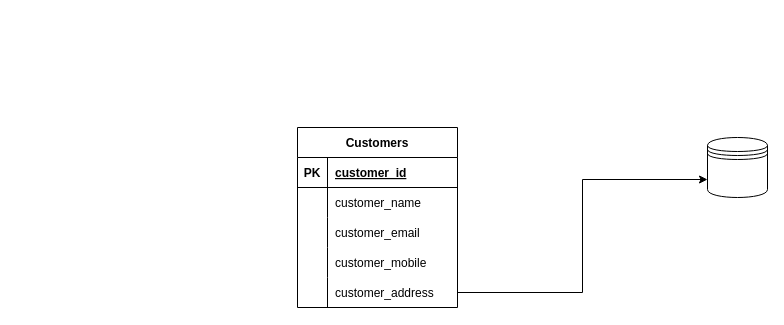
Before: Databases/Customer.drawio in rushi11117/upi, a draw.io diagram. Source tidied: cells renumbered, new cells numbered last; positions are measured from the earlier drawing's top-left corner, leaving out a move shared by most shapes. Both pictures are drawn from the tidied source at 100%, with x=0, y=0 at pixel (297, 127).
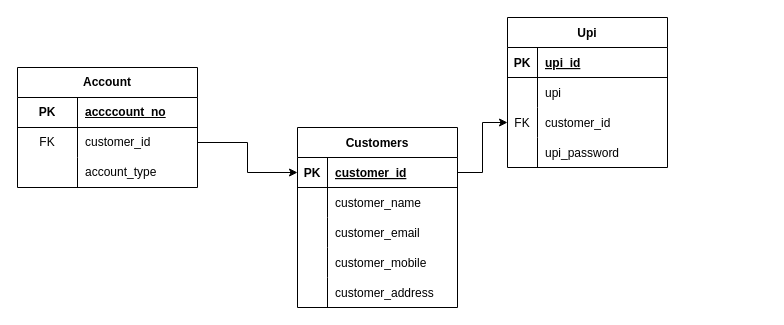
The same diagram, later.

Unchanged cells that the change refers to:
```xml
<mxCell id="3" style="shape=partialRectangle;fillColor=none;points=[[0,0.5],[1,0.5]];portConstraint=eastwest;top=0;left=0;right=0;bottom=1;" parent="2" vertex="1">
  <mxGeometry y="30" width="160" height="30" as="geometry" />
</mxCell>
<mxCell id="15" style="shape=partialRectangle;fillColor=none;points=[[0,0.5],[1,0.5]];portConstraint=eastwest;top=0;left=0;right=0;bottom=0;" parent="2" vertex="1">
  <mxGeometry y="150" width="160" height="30" as="geometry" />
</mxCell>
```

The edit, as a diff of the source:
```diff
@@
-    <mxCell id="18" style="shape=datastore;whiteSpace=wrap;html=1;" parent="1" vertex="1">
-      <mxGeometry x="410" y="10" width="60" height="60" as="geometry" />
-    </mxCell>
-    <mxCell id="19" style="edgeStyle=orthogonalEdgeStyle;rounded=0;jettySize=auto;html=1;exitX=1;exitY=0.5;exitDx=0;exitDy=0;entryX=0;entryY=0.7;entryDx=0;entryDy=0;" parent="1" edge="1" source="15" target="18">
-      <mxGeometry relative="1" as="geometry" />
-    </mxCell>
+    <mxCell id="20" style="edgeStyle=orthogonalEdgeStyle;rounded=0;jettySize=auto;html=1;exitX=1;exitY=0.5;exitDx=0;exitDy=0;entryX=0;entryY=0.5;entryDx=0;entryDy=0;" parent="1" edge="1" source="3" target="38">
+      <mxGeometry relative="1" as="geometry" />
+    </mxCell>
+    <mxCell id="21" value="Account" style="shape=table;startSize=30;childLayout=tableLayout;rowLines=0;fontStyle=1;align=center;html=1;whiteSpace=wrap;" parent="1" vertex="1">
+      <mxGeometry x="-280" y="-60" width="180" height="120" as="geometry" />
+    </mxCell>
+    <mxCell id="22" style="shape=tableRow;horizontal=0;startSize=0;swimlaneHead=0;swimlaneBody=0;fillColor=none;top=0;left=0;right=0;bottom=1;html=1;" parent="21" vertex="1">
+      <mxGeometry y="30" width="180" height="30" as="geometry" />
+    </mxCell>
+    <mxCell id="23" value="PK" style="shape=partialRectangle;fillColor=none;top=0;left=0;bottom=0;right=0;fontStyle=1;overflow=hidden;html=1;whiteSpace=wrap;" parent="22" vertex="1">
+      <mxGeometry width="60" height="30" as="geometry" />
+    </mxCell>
+    <mxCell id="24" value="accccount_no" style="shape=partialRectangle;fillColor=none;top=0;left=0;bottom=0;right=0;align=left;spacingLeft=6;fontStyle=5;overflow=hidden;html=1;whiteSpace=wrap;" parent="22" vertex="1">
+      <mxGeometry x="60" width="120" height="30" as="geometry" />
+    </mxCell>
+    <mxCell id="25" style="shape=tableRow;horizontal=0;startSize=0;swimlaneHead=0;swimlaneBody=0;fillColor=none;points=[[0,0.5],[1,0.5]];portConstraint=eastwest;top=0;left=0;right=0;bottom=0;html=1;" parent="21" vertex="1">
+      <mxGeometry y="60" width="180" height="30" as="geometry" />
+    </mxCell>
+    <mxCell id="26" value="FK" style="shape=partialRectangle;fillColor=none;top=0;left=0;bottom=0;right=0;overflow=hidden;html=1;whiteSpace=wrap;strokeColor=default;" parent="25" vertex="1">
+      <mxGeometry width="60" height="30" as="geometry" />
+    </mxCell>
+    <mxCell id="27" value="customer_id" style="shape=partialRectangle;fillColor=none;top=0;left=0;bottom=0;right=0;align=left;spacingLeft=6;overflow=hidden;html=1;whiteSpace=wrap;strokeWidth=6;" parent="25" vertex="1">
+      <mxGeometry x="60" width="120" height="30" as="geometry" />
+    </mxCell>
+    <mxCell id="28" style="shape=tableRow;horizontal=0;startSize=0;swimlaneHead=0;swimlaneBody=0;fillColor=none;top=0;left=0;right=0;bottom=0;html=1;" parent="21" vertex="1">
+      <mxGeometry y="90" width="180" height="30" as="geometry" />
+    </mxCell>
+    <mxCell id="29" style="shape=partialRectangle;fillColor=none;top=0;left=0;bottom=0;right=0;overflow=hidden;html=1;whiteSpace=wrap;" parent="28" vertex="1">
+      <mxGeometry width="60" height="30" as="geometry" />
+    </mxCell>
+    <mxCell id="30" value="account_type" style="shape=partialRectangle;fillColor=none;top=0;left=0;bottom=0;right=0;align=left;spacingLeft=6;overflow=hidden;html=1;whiteSpace=wrap;" parent="28" vertex="1">
+      <mxGeometry x="60" width="120" height="30" as="geometry" />
+    </mxCell>
+    <mxCell id="31" value="Upi" style="shape=table;startSize=30;childLayout=tableLayout;rowLines=0;fontStyle=1;align=center;" parent="1" vertex="1">
+      <mxGeometry x="210" y="-110" width="160" height="150" as="geometry" />
+    </mxCell>
+    <mxCell id="32" style="shape=partialRectangle;fillColor=none;top=0;left=0;right=0;bottom=1;" parent="31" vertex="1">
+      <mxGeometry y="30" width="160" height="30" as="geometry" />
+    </mxCell>
+    <mxCell id="33" value="PK" style="shape=partialRectangle;overflow=hidden;fillColor=none;top=0;left=0;bottom=0;right=0;fontStyle=1;" parent="32" vertex="1">
+      <mxGeometry width="30" height="30" as="geometry" />
+    </mxCell>
+    <mxCell id="34" value="upi_id" style="shape=partialRectangle;overflow=hidden;fillColor=none;top=0;left=0;bottom=0;right=0;align=left;spacingLeft=6;fontStyle=5;" parent="32" vertex="1">
+      <mxGeometry x="30" width="130" height="30" as="geometry" />
+    </mxCell>
+    <mxCell id="35" style="shape=partialRectangle;fillColor=none;top=0;left=0;right=0;bottom=0;" parent="31" vertex="1">
+      <mxGeometry y="60" width="160" height="30" as="geometry" />
+    </mxCell>
+    <mxCell id="36" style="shape=partialRectangle;overflow=hidden;fillColor=none;top=0;left=0;bottom=0;right=0;" parent="35" vertex="1">
+      <mxGeometry width="30" height="30" as="geometry" />
+    </mxCell>
+    <mxCell id="37" value="upi" style="shape=partialRectangle;overflow=hidden;fillColor=none;top=0;left=0;bottom=0;right=0;align=left;spacingLeft=6;" parent="35" vertex="1">
+      <mxGeometry x="30" width="130" height="30" as="geometry" />
+    </mxCell>
+    <mxCell id="38" style="shape=partialRectangle;fillColor=none;points=[[0,0.5],[1,0.5]];portConstraint=eastwest;top=0;left=0;right=0;bottom=0;" parent="31" vertex="1">
+      <mxGeometry y="90" width="160" height="30" as="geometry" />
+    </mxCell>
+    <mxCell id="39" value="FK" style="shape=partialRectangle;overflow=hidden;fillColor=none;top=0;left=0;bottom=0;right=0;" parent="38" vertex="1">
+      <mxGeometry width="30" height="30" as="geometry" />
+    </mxCell>
+    <mxCell id="40" value="customer_id" style="shape=partialRectangle;overflow=hidden;fillColor=none;top=0;left=0;bottom=0;right=0;align=left;spacingLeft=6;" parent="38" vertex="1">
+      <mxGeometry x="30" width="130" height="30" as="geometry" />
+    </mxCell>
+    <mxCell id="41" style="shape=partialRectangle;fillColor=none;top=0;left=0;right=0;bottom=0;" parent="31" vertex="1">
+      <mxGeometry y="120" width="160" height="30" as="geometry" />
+    </mxCell>
+    <mxCell id="42" style="shape=partialRectangle;overflow=hidden;fillColor=none;top=0;left=0;bottom=0;right=0;" parent="41" vertex="1">
+      <mxGeometry width="30" height="30" as="geometry" />
+    </mxCell>
+    <mxCell id="43" value="upi_password" style="shape=partialRectangle;overflow=hidden;fillColor=none;top=0;left=0;bottom=0;right=0;align=left;spacingLeft=6;" parent="41" vertex="1">
+      <mxGeometry x="30" width="130" height="30" as="geometry" />
+    </mxCell>
+    <mxCell id="44" style="edgeStyle=orthogonalEdgeStyle;rounded=0;jettySize=auto;html=1;exitX=1;exitY=0.5;exitDx=0;exitDy=0;entryX=0;entryY=0.5;entryDx=0;entryDy=0;" parent="1" edge="1" source="25" target="3">
+      <mxGeometry relative="1" as="geometry" />
+    </mxCell>
```
